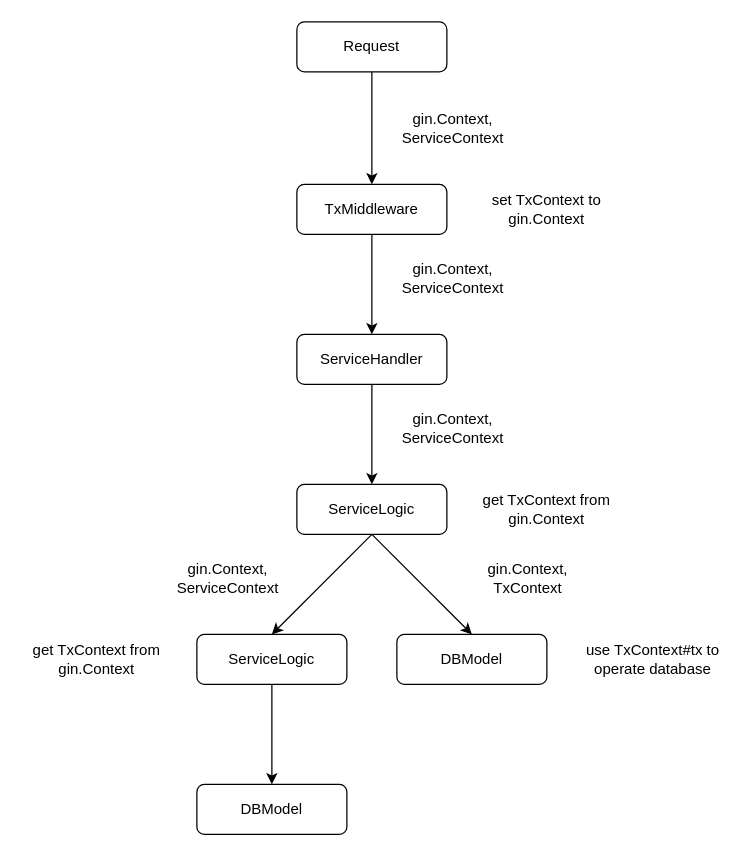
This is doc/tx_context_pass.drawio from Riicarus/loveshop-go, a draw.io file, before an edit. Source tidied: cells renumbered, new cells numbered last; positions are measured from the earlier drawing's top-left corner, leaving out a move shared by most shapes. Both pictures are drawn from the tidied source at 125%, with x=0, y=0 at pixel (21, 21).
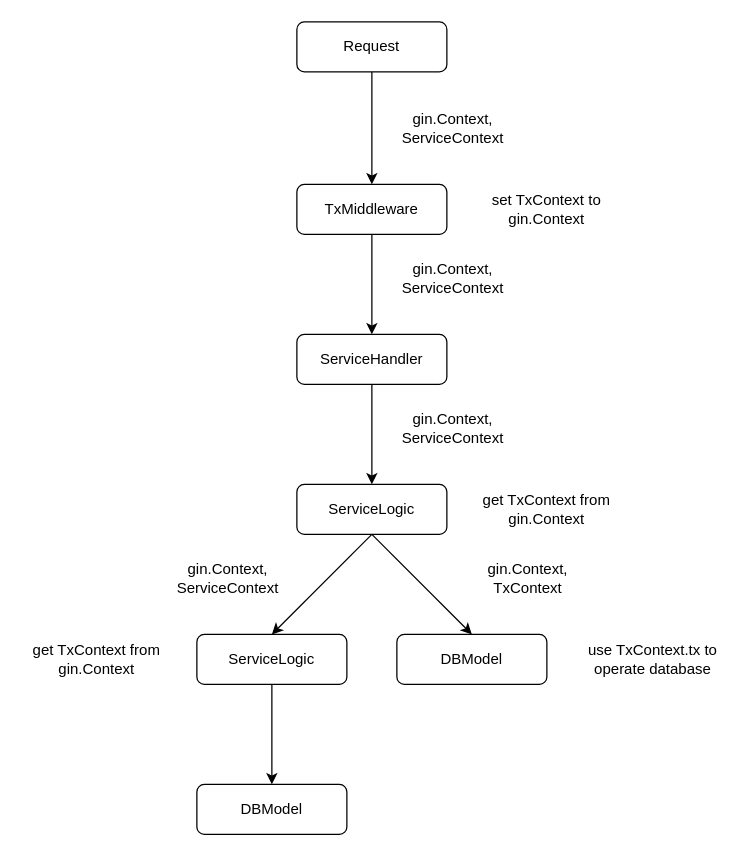
After the change.

Change to the diagram source:
```diff
@@
-    <mxCell id="23" value="use TxContext#tx to operate database" style="text;html=1;strokeColor=none;fillColor=none;align=center;verticalAlign=middle;whiteSpace=wrap;rounded=0;" parent="1" vertex="1">
+    <mxCell id="23" value="use TxContext.tx to operate database" style="text;html=1;strokeColor=none;fillColor=none;align=center;verticalAlign=middle;whiteSpace=wrap;rounded=0;" parent="1" vertex="1">
       <mxGeometry x="440" y="495" width="130" height="30" as="geometry" />
     </mxCell>
```
